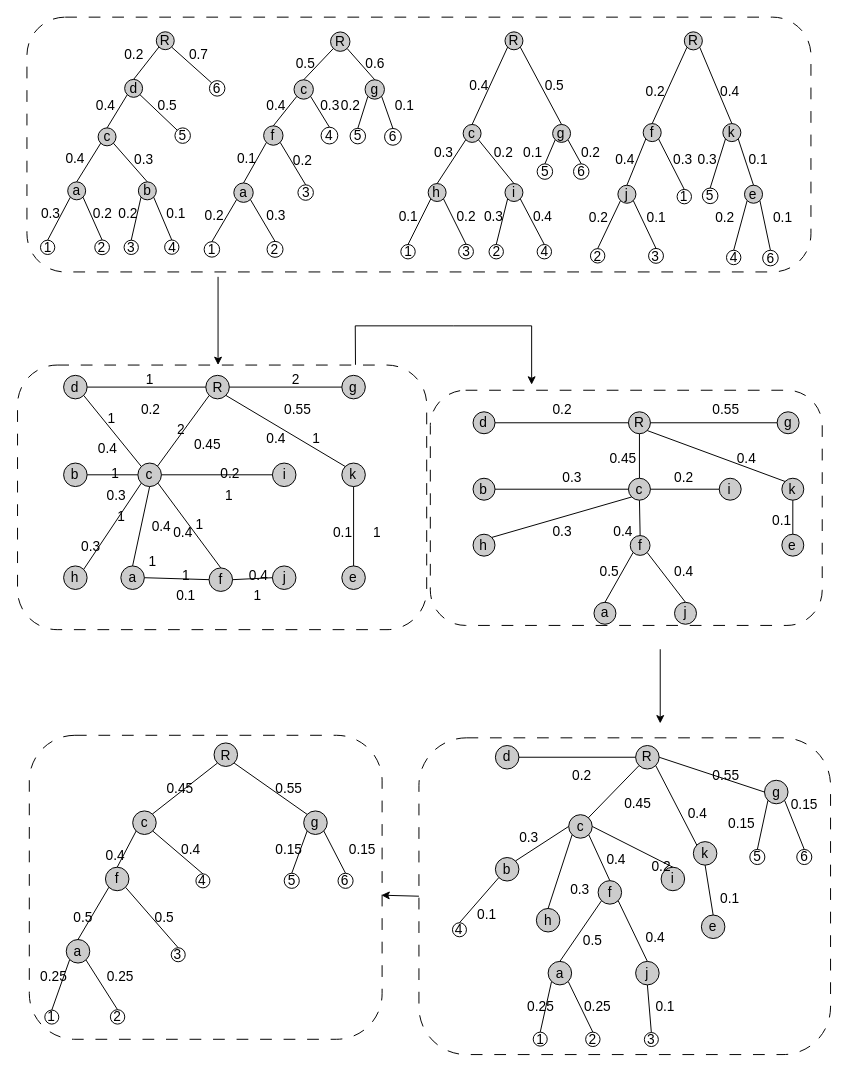
Above: page "Page-2" (1 of 2) of img/Fig5.drawio in tahiri-lab/PrismTree (draw.io), before the change. Source tidied: cells renumbered, new cells numbered last; positions are measured from the earlier drawing's top-left corner, leaving out a move shared by most shapes. Both pictures are drawn from the tidied source at 98%, with x=0, y=0 at pixel (17, 17).
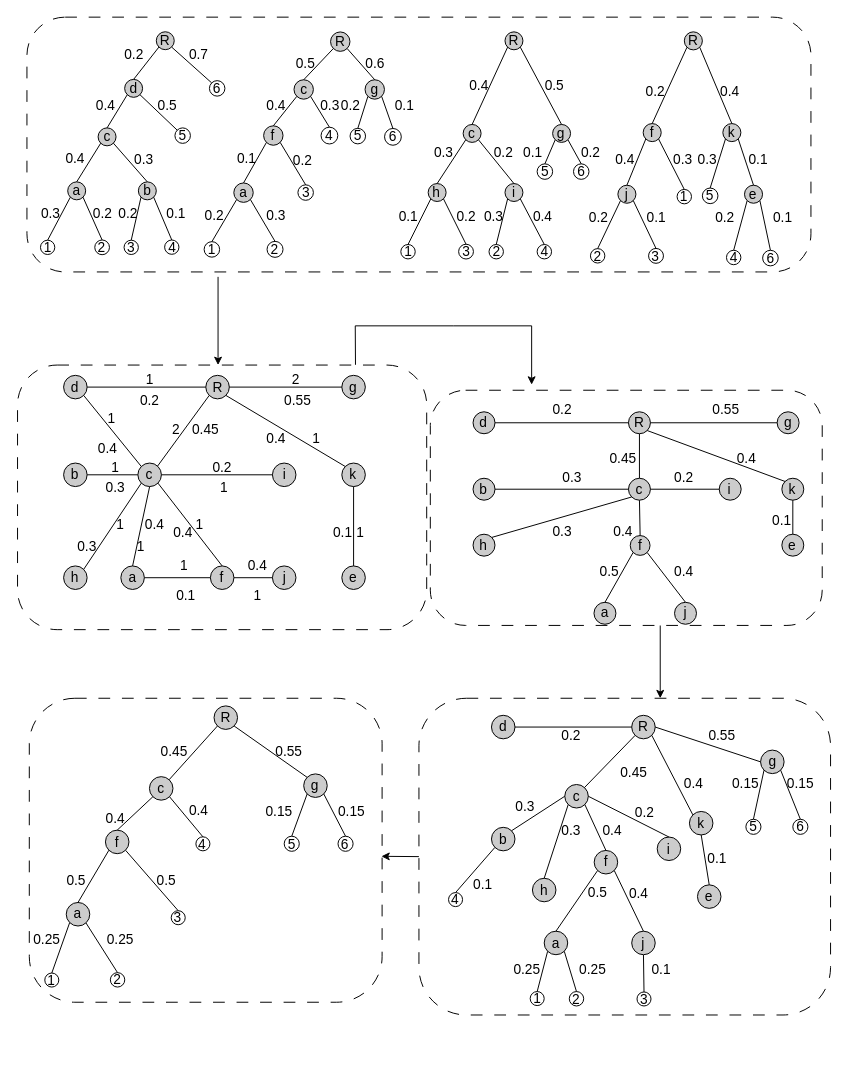
After the change.

Unchanged cells that the change refers to:
```xml
<mxCell id="69" style="group;verticalAlign=middle;align=center;fontStyle=0;fontSize=14;" parent="1" vertex="1">
  <mxGeometry x="47.4" y="355" width="370.5" height="270" as="geometry" />
</mxCell>
<mxCell id="279" style="rounded=1;whiteSpace=wrap;html=1;dashed=1;dashPattern=12 12;fontSize=14;" parent="278" vertex="1">
  <mxGeometry width="360" height="310.2" as="geometry" />
</mxCell>
<mxCell id="280" style="group;verticalAlign=middle;align=center;fontStyle=0;fontSize=14;" parent="278" vertex="1">
  <mxGeometry y="7.8" width="365" height="286.9" as="geometry" />
</mxCell>
<mxCell id="288" value="&lt;span style=&quot;font-size: 14px;&quot;&gt;R&lt;br style=&quot;font-size: 14px;&quot;&gt;&lt;/span&gt;" style="ellipse;whiteSpace=wrap;html=1;fontSize=14;fillColor=#CCCCCC;verticalAlign=middle;align=center;fontStyle=0;" parent="280" vertex="1">
  <mxGeometry x="188.5" width="24" height="24" as="geometry" />
</mxCell>
<mxCell id="289" value="f" style="ellipse;whiteSpace=wrap;html=1;fontSize=14;fillColor=#CCCCCC;verticalAlign=middle;align=center;fontStyle=0;" parent="280" vertex="1">
  <mxGeometry x="77.7" y="126.8" width="24" height="24" as="geometry" />
</mxCell>
<mxCell id="302" value="4" style="ellipse;whiteSpace=wrap;html=1;fontSize=14;verticalAlign=middle;align=center;fontStyle=0;" parent="280" vertex="1">
  <mxGeometry x="170" y="133.6" width="14.3" height="14.3" as="geometry" />
</mxCell>
```

Diff of the diagram source:
```diff
@@
-    <mxCell id="66" style="endArrow=classic;html=1;rounded=0;fontStyle=0;verticalAlign=middle;align=center;fontSize=14;exitX=0;exitY=0.5;exitDx=0;exitDy=0;entryX=0.998;entryY=0.526;entryDx=0;entryDy=0;entryPerimeter=0;" parent="1" edge="1" source="122" target="279">
+    <mxCell id="66" style="endArrow=classic;html=1;rounded=0;fontStyle=0;verticalAlign=middle;align=center;fontSize=14;exitX=0;exitY=0.5;exitDx=0;exitDy=0;entryX=0.998;entryY=0.52;entryDx=0;entryDy=0;entryPerimeter=0;" parent="1" edge="1" source="122" target="279">
       <mxGeometry relative="1" as="geometry" />
     </mxCell>
@@
     <mxCell id="75" value="f" style="ellipse;whiteSpace=wrap;html=1;fontSize=14;fillColor=#CCCCCC;verticalAlign=middle;align=center;fontStyle=0;" parent="69" vertex="1">
-      <mxGeometry x="148.4" y="207" width="24" height="24" as="geometry" />
+      <mxGeometry x="149.8" y="205" width="24" height="24" as="geometry" />
     </mxCell>
@@
     <mxCell id="93" value="1" style="text;html=1;align=center;verticalAlign=middle;strokeColor=none;fillColor=none;fontStyle=0;fontSize=14;" parent="69" vertex="1">
-      <mxGeometry x="43.4" y="140" width="30" height="30" as="geometry" />
+      <mxGeometry x="42.6" y="148" width="30" height="30" as="geometry" />
     </mxCell>
@@
     <mxCell id="95" value="1" style="text;html=1;align=center;verticalAlign=middle;strokeColor=none;fillColor=none;fontStyle=0;fontSize=14;" parent="69" vertex="1">
-      <mxGeometry x="153.4" y="118" width="30" height="30" as="geometry" />
+      <mxGeometry x="148.5" y="110" width="30" height="30" as="geometry" />
     </mxCell>
     <mxCell id="96" value="1" style="text;html=1;align=center;verticalAlign=middle;strokeColor=none;fillColor=none;fontStyle=0;fontSize=14;" parent="69" vertex="1">
-      <mxGeometry x="109.2" y="200" width="30" height="30" as="geometry" />
+      <mxGeometry x="107.8" y="190" width="30" height="30" as="geometry" />
     </mxCell>
     <mxCell id="97" value="1" style="text;html=1;align=center;verticalAlign=middle;strokeColor=none;fillColor=none;fontStyle=0;fontSize=14;" parent="69" vertex="1">
-      <mxGeometry x="305" y="155.5" width="30" height="30" as="geometry" />
+      <mxGeometry x="287.6" y="155.5" width="30" height="30" as="geometry" />
     </mxCell>
@@
     <mxCell id="100" value="1" style="text;html=1;align=center;verticalAlign=middle;strokeColor=none;fillColor=none;fontStyle=0;fontSize=14;" parent="69" vertex="1">
-      <mxGeometry x="37.6" y="95.5" width="30" height="30" as="geometry" />
+      <mxGeometry x="37.6" y="90" width="30" height="30" as="geometry" />
     </mxCell>
@@
     <mxCell id="104" value="2" style="text;html=1;align=center;verticalAlign=middle;strokeColor=none;fillColor=none;fontStyle=0;fontSize=14;" parent="69" vertex="1">
-      <mxGeometry x="104.6" y="50.5" width="30" height="30" as="geometry" />
+      <mxGeometry x="99.8" y="50.5" width="30" height="30" as="geometry" />
     </mxCell>
@@
     <mxCell id="106" value="0.4" style="text;html=1;align=center;verticalAlign=middle;strokeColor=none;fillColor=none;fontStyle=0;fontSize=14;" parent="69" vertex="1">
-      <mxGeometry x="79.5" y="150" width="40" height="30" as="geometry" />
+      <mxGeometry x="72.6" y="148" width="40" height="30" as="geometry" />
     </mxCell>
     <mxCell id="107" value="0.3" style="text;html=1;align=center;verticalAlign=middle;strokeColor=none;fillColor=none;fontStyle=0;fontSize=14;" parent="69" vertex="1">
-      <mxGeometry x="33.4" y="118" width="40" height="30" as="geometry" />
+      <mxGeometry x="32.6" y="110" width="40" height="30" as="geometry" />
     </mxCell>
@@
     <mxCell id="109" value="0.3" style="text;html=1;align=center;verticalAlign=middle;strokeColor=none;fillColor=none;fontStyle=0;fontSize=14;" parent="69" vertex="1">
-      <mxGeometry x="7.6" y="170" width="40" height="30" as="geometry" />
+      <mxGeometry x="3.4" y="170" width="40" height="30" as="geometry" />
     </mxCell>
     <mxCell id="110" value="0.4" style="text;html=1;align=center;verticalAlign=middle;strokeColor=none;fillColor=none;fontStyle=0;fontSize=14;" parent="69" vertex="1">
-      <mxGeometry x="178.5" y="200" width="40" height="30" as="geometry" />
+      <mxGeometry x="177.6" y="190" width="40" height="30" as="geometry" />
     </mxCell>
@@
     <mxCell id="112" value="0.2" style="text;html=1;align=center;verticalAlign=middle;strokeColor=none;fillColor=none;fontStyle=0;fontSize=14;" parent="69" vertex="1">
-      <mxGeometry x="149.2" y="95.5" width="40" height="30" as="geometry" />
+      <mxGeometry x="141.8" y="90" width="40" height="30" as="geometry" />
     </mxCell>
@@
     <mxCell id="115" value="0.45" style="text;html=1;align=center;verticalAlign=middle;strokeColor=none;fillColor=none;fontStyle=0;fontSize=14;" parent="69" vertex="1">
-      <mxGeometry x="121.3" y="65.5" width="50" height="30" as="geometry" />
+      <mxGeometry x="119.1" y="50.5" width="50" height="30" as="geometry" />
     </mxCell>
     <mxCell id="116" value="0.55" style="text;html=1;align=center;verticalAlign=middle;strokeColor=none;fillColor=none;fontStyle=0;fontSize=14;" parent="69" vertex="1">
-      <mxGeometry x="213.1" y="30" width="50" height="30" as="geometry" />
+      <mxGeometry x="213.1" y="20.5" width="50" height="30" as="geometry" />
     </mxCell>
@@
     <mxCell id="118" value="1" style="text;html=1;align=center;verticalAlign=middle;strokeColor=none;fillColor=none;fontStyle=0;fontSize=14;" parent="69" vertex="1">
-      <mxGeometry x="75.8" y="185.5" width="30" height="30" as="geometry" />
+      <mxGeometry x="63.4" y="170" width="30" height="30" as="geometry" />
     </mxCell>
     <mxCell id="119" value="0.2" style="text;html=1;align=center;verticalAlign=middle;strokeColor=none;fillColor=none;fontStyle=0;fontSize=14;" parent="69" vertex="1">
-      <mxGeometry x="68.4" y="30" width="40" height="30" as="geometry" />
+      <mxGeometry x="67.8" y="20.5" width="40" height="30" as="geometry" />
     </mxCell>
@@
     <mxCell id="122" style="rounded=1;whiteSpace=wrap;html=1;dashed=1;dashPattern=12 12;fontSize=14;" parent="1" vertex="1">
-      <mxGeometry x="410" y="735.4" width="420" height="323.2" as="geometry" />
+      <mxGeometry x="410" y="695" width="420" height="323.2" as="geometry" />
     </mxCell>
     <mxCell id="123" style="group;verticalAlign=middle;align=center;fontStyle=0;fontSize=14;" parent="1" vertex="1">
-      <mxGeometry x="434.7" y="743.2" width="379.3" height="331.8" as="geometry" />
+      <mxGeometry x="430.7" y="712.4" width="379.3" height="331.8" as="geometry" />
     </mxCell>
     <mxCell id="124" value="1" style="ellipse;whiteSpace=wrap;html=1;fontSize=14;verticalAlign=middle;align=center;fontStyle=0;" parent="123" vertex="1">
-      <mxGeometry x="91.9" y="292.5" width="14.3" height="14.3" as="geometry" />
+      <mxGeometry x="92.8" y="281.9" width="14.3" height="14.3" as="geometry" />
     </mxCell>
     <mxCell id="125" value="3" style="ellipse;whiteSpace=wrap;html=1;fontSize=14;verticalAlign=middle;align=center;fontStyle=0;" parent="123" vertex="1">
-      <mxGeometry x="205.3" y="292.9" width="14.3" height="14.3" as="geometry" />
+      <mxGeometry x="201.8" y="282.3" width="14.3" height="14.3" as="geometry" />
     </mxCell>
     <mxCell id="126" value="2" style="ellipse;whiteSpace=wrap;html=1;fontSize=14;verticalAlign=middle;align=center;fontStyle=0;" parent="123" vertex="1">
-      <mxGeometry x="145.4" y="292.5" width="14.7" height="14.7" as="geometry" />
+      <mxGeometry x="132.7" y="281.9" width="14.7" height="14.7" as="geometry" />
     </mxCell>
@@
     <mxCell id="153" value="0.5" style="text;html=1;align=center;verticalAlign=middle;strokeColor=none;fillColor=none;fontStyle=0;fontSize=14;" parent="123" vertex="1">
-      <mxGeometry x="132.6" y="184.2" width="40" height="30" as="geometry" />
+      <mxGeometry x="141.1" y="165.2" width="40" height="30" as="geometry" />
     </mxCell>
@@
     <mxCell id="156" value="0.3" style="text;html=1;align=center;verticalAlign=middle;strokeColor=none;fillColor=none;fontStyle=0;fontSize=14;" parent="123" vertex="1">
-      <mxGeometry x="119.4" y="132" width="40" height="30" as="geometry" />
+      <mxGeometry x="114.7" y="102.1" width="40" height="30" as="geometry" />
     </mxCell>
     <mxCell id="157" value="0.4" style="text;html=1;align=center;verticalAlign=middle;strokeColor=none;fillColor=none;fontStyle=0;fontSize=14;" parent="123" vertex="1">
-      <mxGeometry x="196.4" y="180.9" width="40" height="30" as="geometry" />
+      <mxGeometry x="182.9" y="167" width="40" height="30" as="geometry" />
     </mxCell>
     <mxCell id="158" value="0.2" style="text;html=1;align=center;verticalAlign=middle;strokeColor=none;fillColor=none;fontStyle=0;fontSize=14;" parent="123" vertex="1">
-      <mxGeometry x="201.8" y="108.4" width="40" height="30" as="geometry" />
+      <mxGeometry x="188.9" y="84.8" width="40" height="30" as="geometry" />
     </mxCell>
@@
     <mxCell id="160" value="0.1" style="text;html=1;align=center;verticalAlign=middle;strokeColor=none;fillColor=none;fontStyle=0;fontSize=14;" parent="123" vertex="1">
-      <mxGeometry x="271.8" y="140.3" width="40" height="30" as="geometry" />
+      <mxGeometry x="263.5" y="132" width="40" height="30" as="geometry" />
     </mxCell>
@@
     <mxCell id="162" value="0.55" style="text;html=1;align=center;verticalAlign=middle;strokeColor=none;fillColor=none;fontStyle=0;fontSize=14;" parent="123" vertex="1">
-      <mxGeometry x="263.5" y="15.4" width="50" height="30" as="geometry" />
+      <mxGeometry x="263.5" y="5.5" width="50" height="30" as="geometry" />
     </mxCell>
     <mxCell id="163" value="0.2" style="text;html=1;align=center;verticalAlign=middle;strokeColor=none;fillColor=none;fontStyle=0;fontSize=14;" parent="123" vertex="1">
-      <mxGeometry x="120.8" y="15.4" width="40" height="30" as="geometry" />
+      <mxGeometry x="114.7" y="5.5" width="40" height="30" as="geometry" />
     </mxCell>
@@
     <mxCell id="170" value="0.1" style="text;html=1;align=center;verticalAlign=middle;strokeColor=none;fillColor=none;fontStyle=0;fontSize=14;" parent="123" vertex="1">
-      <mxGeometry x="205.9" y="251.9" width="40" height="30" as="geometry" />
+      <mxGeometry x="206.4" y="244.3" width="40" height="30" as="geometry" />
     </mxCell>
@@
     <mxCell id="172" value="0.15" style="text;html=1;align=center;verticalAlign=middle;strokeColor=none;fillColor=none;fontStyle=0;fontSize=14;" parent="123" vertex="1">
-      <mxGeometry x="279.3" y="64.6" width="50" height="30" as="geometry" />
+      <mxGeometry x="287.5" y="54.8" width="50" height="30" as="geometry" />
     </mxCell>
     <mxCell id="173" value="0.15" style="text;html=1;align=center;verticalAlign=middle;strokeColor=none;fillColor=none;fontStyle=0;fontSize=14;" parent="123" vertex="1">
-      <mxGeometry x="343.5" y="45.4" width="50" height="30" as="geometry" />
+      <mxGeometry x="343.5" y="54.8" width="50" height="30" as="geometry" />
     </mxCell>
     <mxCell id="174" value="0.25" style="text;html=1;align=center;verticalAlign=middle;strokeColor=none;fillColor=none;fontStyle=0;fontSize=14;" parent="123" vertex="1">
-      <mxGeometry x="74.1" y="251.9" width="50" height="30" as="geometry" />
+      <mxGeometry x="64.7" y="244.3" width="50" height="30" as="geometry" />
     </mxCell>
     <mxCell id="175" value="0.25" style="text;html=1;align=center;verticalAlign=middle;strokeColor=none;fillColor=none;fontStyle=0;fontSize=14;" parent="123" vertex="1">
-      <mxGeometry x="132.6" y="251.9" width="50" height="30" as="geometry" />
+      <mxGeometry x="131.1" y="244.3" width="50" height="30" as="geometry" />
     </mxCell>
     <mxCell id="176" style="endArrow=classic;html=1;rounded=0;fontStyle=0;verticalAlign=middle;align=center;fontSize=14;" parent="1" edge="1">
       <mxGeometry relative="1" as="geometry">
-        <mxPoint x="656.2" y="645" as="sourcePoint" />
-        <mxPoint x="656.2" y="720.7" as="targetPoint" />
+        <mxPoint x="656.2" y="619.3" as="sourcePoint" />
+        <mxPoint x="656.2" y="695" as="targetPoint" />
       </mxGeometry>
     </mxCell>
@@
     <mxCell id="278" style="group;" parent="1" vertex="1">
-      <mxGeometry x="12.4" y="732.8" width="365" height="310.2" as="geometry" />
+      <mxGeometry x="12.4" y="695" width="365" height="310.2" as="geometry" />
     </mxCell>
@@
-    <mxCell id="291" value="c" style="ellipse;whiteSpace=wrap;html=1;fontSize=14;fillColor=#CCCCCC;verticalAlign=middle;align=center;fontStyle=0;" parent="280" vertex="1">
-      <mxGeometry x="105.5" y="69.4" width="24" height="24" as="geometry" />
-    </mxCell>
@@
-    <mxCell id="293" style="endArrow=none;html=1;rounded=0;exitX=0;exitY=1;exitDx=0;exitDy=0;entryX=0.835;entryY=0.133;entryDx=0;entryDy=0;entryPerimeter=0;verticalAlign=middle;align=center;fontStyle=0;fontSize=14;" parent="280" edge="1" source="288" target="291">
-      <mxGeometry relative="1" as="geometry" />
-    </mxCell>
-    <mxCell id="294" style="endArrow=none;html=1;rounded=0;entryX=0;entryY=1;entryDx=0;entryDy=0;exitX=0.5;exitY=0;exitDx=0;exitDy=0;verticalAlign=middle;align=center;fontStyle=0;fontSize=14;" parent="280" edge="1" source="289" target="291">
-      <mxGeometry relative="1" as="geometry" />
-    </mxCell>
@@
     <mxCell id="296" value="0.5" style="text;html=1;align=center;verticalAlign=middle;strokeColor=none;fillColor=none;fontStyle=0;fontSize=14;" parent="280" vertex="1">
-      <mxGeometry x="35" y="163.6" width="40" height="30" as="geometry" />
+      <mxGeometry x="27.1" y="163.6" width="40" height="30" as="geometry" />
     </mxCell>
-    <mxCell id="297" value="0.4" style="text;html=1;align=center;verticalAlign=middle;strokeColor=none;fillColor=none;fontStyle=0;fontSize=14;" parent="280" vertex="1">
-      <mxGeometry x="145" y="93.1" width="40" height="30" as="geometry" />
-    </mxCell>
@@
     <mxCell id="299" value="0.5" style="text;html=1;align=center;verticalAlign=middle;strokeColor=none;fillColor=none;fontStyle=0;fontSize=14;" parent="280" vertex="1">
-      <mxGeometry x="117.1" y="163.6" width="40" height="30" as="geometry" />
+      <mxGeometry x="119.1" y="163.6" width="40" height="30" as="geometry" />
     </mxCell>
-    <mxCell id="300" value="0.45" style="text;html=1;align=center;verticalAlign=middle;strokeColor=none;fillColor=none;fontStyle=0;fontSize=14;" parent="280" vertex="1">
-      <mxGeometry x="129" y="31" width="50" height="30" as="geometry" />
-    </mxCell>
@@
-    <mxCell id="303" style="endArrow=none;html=1;rounded=0;entryX=1;entryY=1;entryDx=0;entryDy=0;exitX=0.5;exitY=0;exitDx=0;exitDy=0;verticalAlign=middle;align=center;fontStyle=0;fontSize=14;" parent="280" edge="1" source="302" target="291">
-      <mxGeometry relative="1" as="geometry" />
-    </mxCell>
@@
     <mxCell id="308" value="0.15" style="text;html=1;align=center;verticalAlign=middle;strokeColor=none;fillColor=none;fontStyle=0;fontSize=14;" parent="280" vertex="1">
-      <mxGeometry x="239.3" y="93.1" width="50" height="30" as="geometry" />
+      <mxGeometry x="230" y="93.1" width="50" height="30" as="geometry" />
     </mxCell>
     <mxCell id="309" value="0.15" style="text;html=1;align=center;verticalAlign=middle;strokeColor=none;fillColor=none;fontStyle=0;fontSize=14;" parent="280" vertex="1">
-      <mxGeometry x="315" y="93.1" width="50" height="30" as="geometry" />
+      <mxGeometry x="304" y="93.1" width="50" height="30" as="geometry" />
     </mxCell>
+    <mxCell id="311" value="0.25" style="text;html=1;align=center;verticalAlign=middle;strokeColor=none;fillColor=none;fontStyle=0;fontSize=14;" parent="280" vertex="1">
+      <mxGeometry x="67.2" y="223.3" width="50" height="30" as="geometry" />
+    </mxCell>
-    <mxCell id="310" value="0.25" style="text;html=1;align=center;verticalAlign=middle;strokeColor=none;fillColor=none;fontStyle=0;fontSize=14;" parent="280" vertex="1">
-      <mxGeometry y="223.3" width="50" height="30" as="geometry" />
+    <mxCell id="310" value="0.25" style="text;html=1;align=center;verticalAlign=middle;strokeColor=none;fillColor=none;fontStyle=0;fontSize=14;" parent="278" vertex="1">
+      <mxGeometry x="-7.4" y="231.1" width="50" height="30" as="geometry" />
     </mxCell>
-    <mxCell id="311" value="0.25" style="text;html=1;align=center;verticalAlign=middle;strokeColor=none;fillColor=none;fontStyle=0;fontSize=14;" parent="280" vertex="1">
-      <mxGeometry x="67.2" y="223.3" width="50" height="30" as="geometry" />
-    </mxCell>
+    <mxCell id="291" value="c" style="ellipse;whiteSpace=wrap;html=1;fontSize=14;fillColor=#CCCCCC;verticalAlign=middle;align=center;fontStyle=0;" parent="278" vertex="1">
+      <mxGeometry x="122.6" y="80" width="24" height="24" as="geometry" />
+    </mxCell>
+    <mxCell id="293" style="endArrow=none;html=1;rounded=0;exitX=0;exitY=1;exitDx=0;exitDy=0;entryX=0.835;entryY=0.133;entryDx=0;entryDy=0;entryPerimeter=0;verticalAlign=middle;align=center;fontStyle=0;fontSize=14;" parent="278" edge="1" source="288" target="291">
+      <mxGeometry relative="1" as="geometry" />
+    </mxCell>
+    <mxCell id="294" style="endArrow=none;html=1;rounded=0;entryX=0;entryY=1;entryDx=0;entryDy=0;exitX=0.5;exitY=0;exitDx=0;exitDy=0;verticalAlign=middle;align=center;fontStyle=0;fontSize=14;" parent="278" edge="1" source="289" target="291">
+      <mxGeometry relative="1" as="geometry" />
+    </mxCell>
+    <mxCell id="303" style="endArrow=none;html=1;rounded=0;entryX=1;entryY=1;entryDx=0;entryDy=0;exitX=0.5;exitY=0;exitDx=0;exitDy=0;verticalAlign=middle;align=center;fontStyle=0;fontSize=14;" parent="278" edge="1" source="302" target="291">
+      <mxGeometry relative="1" as="geometry" />
+    </mxCell>
+    <mxCell id="297" value="0.4" style="text;html=1;align=center;verticalAlign=middle;strokeColor=none;fillColor=none;fontStyle=0;fontSize=14;" parent="278" vertex="1">
+      <mxGeometry x="152.6" y="100" width="40" height="30" as="geometry" />
+    </mxCell>
+    <mxCell id="300" value="0.45" style="text;html=1;align=center;verticalAlign=middle;strokeColor=none;fillColor=none;fontStyle=0;fontSize=14;" parent="278" vertex="1">
+      <mxGeometry x="122.6" y="38.8" width="50" height="30" as="geometry" />
+    </mxCell>
```
